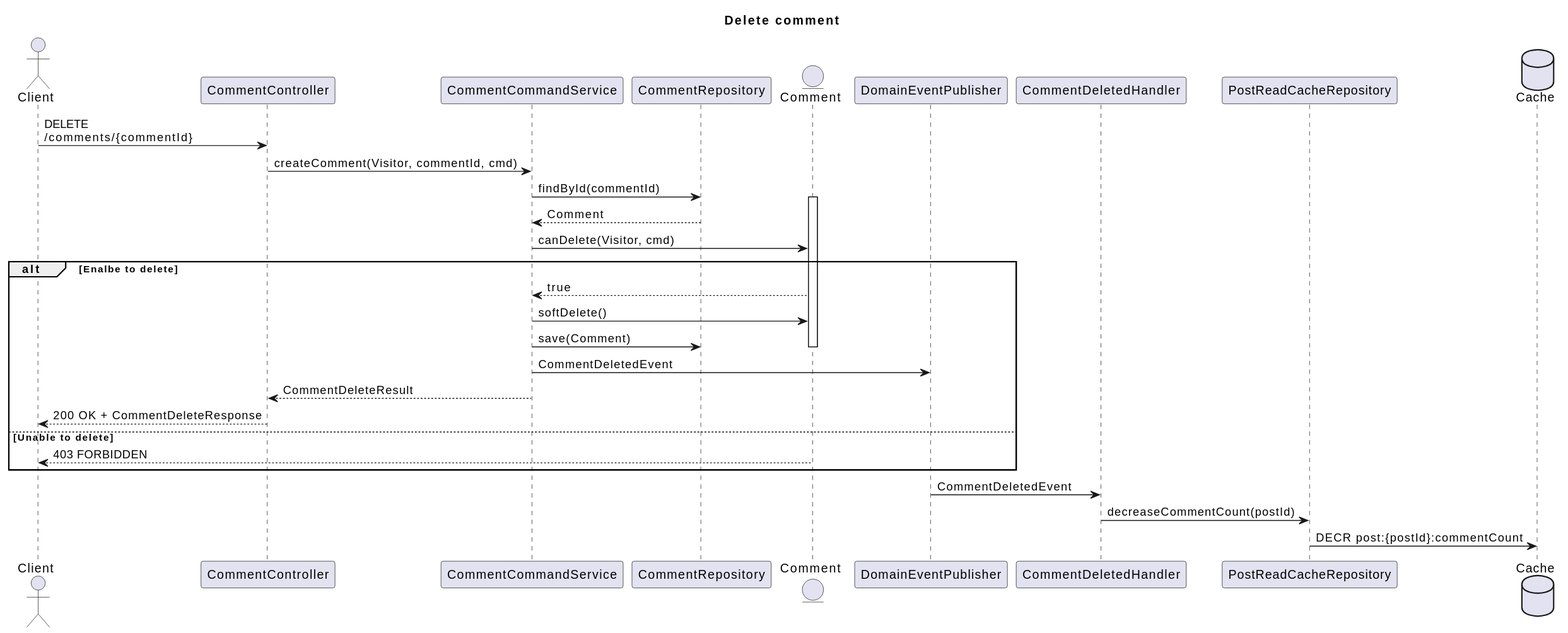
The PlantUML diagram document/puml/event/externalAPI/boardContext/commentAggregate/deleteCommentSeq.svg in SimpleBoardTeam/server-hyunchang, before a commit.
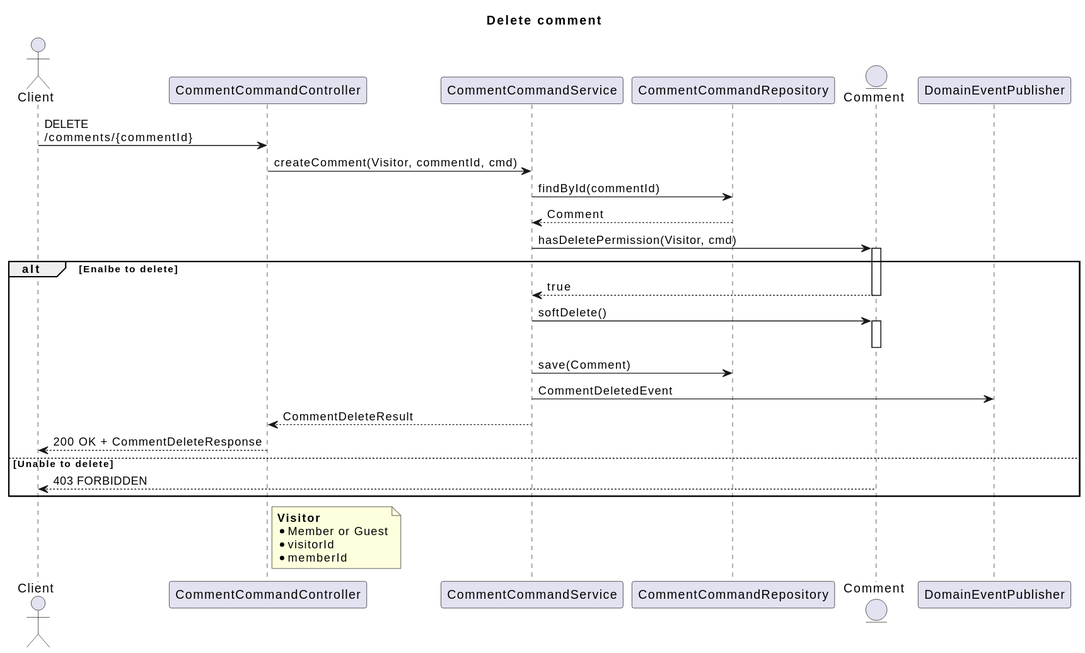
After the commit.

The edit, as a diff of the source:
```diff
@@ -2,38 +2,40 @@
 title Delete comment
 
 actor Client
-participant CommentController
+participant CommentCommandController
 participant CommentCommandService
-participant CommentRepository
+participant CommentCommandRepository
 entity      Comment
 participant DomainEventPublisher
-participant CommentDeletedHandler
-participant PostReadCacheRepository
-database Cache
 
-Client -> CommentController : DELETE\n/comments/{commentId}
-CommentController -> CommentCommandService : createComment(Visitor, commentId, cmd)
-CommentCommandService -> CommentRepository : findById(commentId)
+Client -> CommentCommandController : DELETE\n/comments/{commentId}
+CommentCommandController -> CommentCommandService : createComment(Visitor, commentId, cmd)
+CommentCommandService -> CommentCommandRepository : findById(commentId)
+CommentCommandRepository --> CommentCommandService : Comment
+CommentCommandService -> Comment : hasDeletePermission(Visitor, cmd)
 activate Comment
-CommentRepository --> CommentCommandService : Comment
-CommentCommandService -> Comment : canDelete(Visitor, cmd)
 alt Enalbe to delete
 Comment --> CommentCommandService : true
-
+deactivate Comment
 CommentCommandService -> Comment : softDelete()
-CommentCommandService -> CommentRepository : save(Comment)
+activate Comment
 deactivate Comment
+CommentCommandService -> CommentCommandRepository : save(Comment)
 
 CommentCommandService -> DomainEventPublisher : CommentDeletedEvent
 
 
-CommentCommandService --> CommentController : CommentDeleteResult
-CommentController --> Client :  200 OK + CommentDeleteResponse
+CommentCommandService --> CommentCommandController : CommentDeleteResult
+CommentCommandController --> Client :  200 OK + CommentDeleteResponse
 else Unable to delete
 Comment --> Client : 403 FORBIDDEN
 end
 
-DomainEventPublisher -> CommentDeletedHandler : CommentDeletedEvent
-CommentDeletedHandler -> PostReadCacheRepository : decreaseCommentCount(postId)
-PostReadCacheRepository -> Cache : DECR post:{postId}:commentCount
+note right of CommentCommandController
+<b>Visitor</b>
+* Member or Guest
+* visitorId
+* memberId
+end note
+
 @enduml
```
